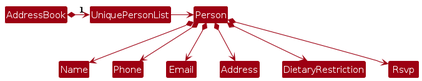
Earlier version of the PlantUML export diagrams/BetterModelClassDiagram.png (AY2425S2-CS2103T-F12-3/tp). Its source is kept beside it as diagrams/BetterModelClassDiagram.puml.
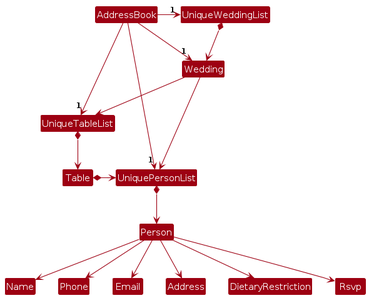
Later version of the same file.

Diff of the diagram source:
```diff
@@ -4,14 +4,22 @@
 skinparam arrowColor MODEL_COLOR
 skinparam classBackgroundColor MODEL_COLOR
 
-AddressBook *-right-> "1" UniquePersonList
-UniquePersonList -right-> Person
+AddressBook -right-> "1" Wedding
+AddressBook -right-> "1" UniqueTableList
+AddressBook -right-> "1" UniquePersonList
+AddressBook -right-> "1" UniqueWeddingList
+UniquePersonList *--> Person
+UniqueTableList *--> Table
+UniqueWeddingList *--> Wedding
+Wedding --> UniqueTableList
+Wedding --> UniquePersonList
+Table *-> UniquePersonList
 
-Person *--> Name
-Person *--> Phone
-Person *--> Email
-Person *--> Address
-Person *--> DietaryRestriction
-Person *--> Rsvp
+Person --> Name
+Person --> Phone
+Person --> Email
+Person --> Address
+Person --> DietaryRestriction
+Person --> Rsvp
 
 @enduml
```
